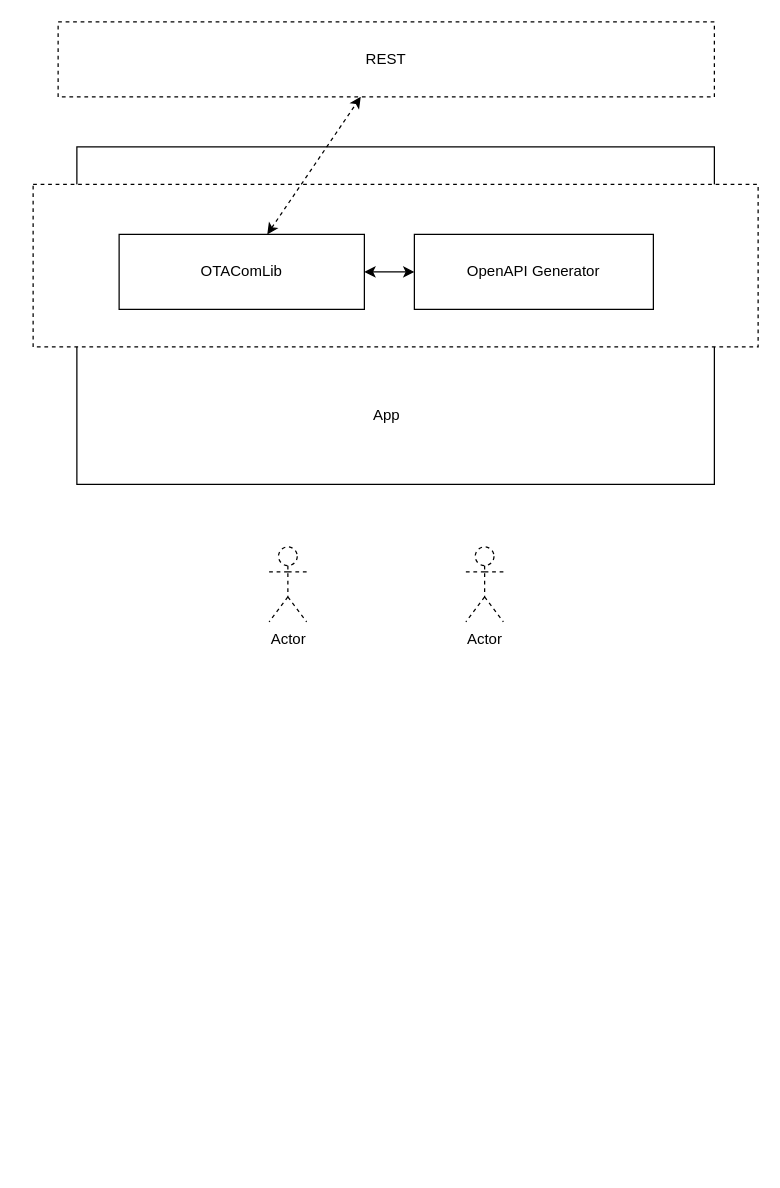
Before: page "Page-4" (3 of 3) of 2.docs/2.diagrams/whiteboard.drawio in GjergjiSh/master-thesis, a draw.io diagram. Source tidied: cells renumbered, new cells numbered last; positions are measured from the earlier drawing's top-left corner, leaving out a move shared by most shapes. Both pictures are drawn from the tidied source at 125%, with x=0, y=0 at pixel (32, 21).
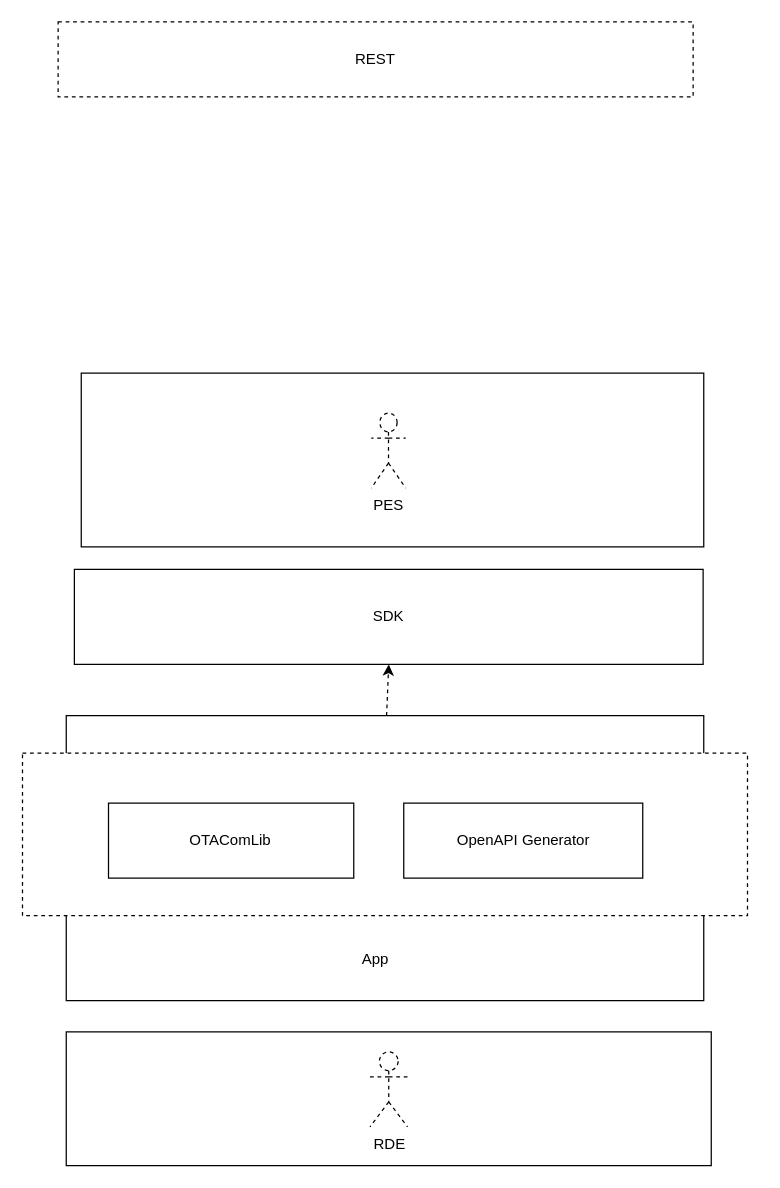
After the change.

The edit, as a diff of the source:
```diff
@@
 <mxGraphModel>
   <root>
     <mxCell id="0" />
     <mxCell id="1" parent="0" />
+    <mxCell id="12" style="edgeStyle=none;html=1;exitX=0.5;exitY=0;exitDx=0;exitDy=0;startArrow=none;startFill=0;dashed=1;entryX=0.5;entryY=1;entryDx=0;entryDy=0;" parent="1" edge="1" source="3" target="13">
+      <mxGeometry relative="1" as="geometry" />
+    </mxCell>
+    <mxCell id="8" value="REST" style="rounded=0;whiteSpace=wrap;html=1;dashed=1;" parent="1" vertex="1">
+      <mxGeometry x="20" width="508" height="60" as="geometry" />
+    </mxCell>
+    <mxCell id="13" value="SDK" style="rounded=0;whiteSpace=wrap;html=1;" parent="1" vertex="1">
+      <mxGeometry x="33" y="438" width="503" height="76" as="geometry" />
+    </mxCell>
+    <mxCell id="14" style="rounded=0;whiteSpace=wrap;html=1;" parent="1" vertex="1">
+      <mxGeometry x="26.5" y="808" width="516" height="107" as="geometry" />
+    </mxCell>
+    <mxCell id="15" value="&lt;span style=&quot;&quot;&gt;RDE&lt;/span&gt;" style="shape=umlActor;verticalLabelPosition=bottom;verticalAlign=top;html=1;dashed=1;" parent="1" vertex="1">
+      <mxGeometry x="269.5" y="824" width="30" height="60" as="geometry" />
+    </mxCell>
+    <mxCell id="16" style="group;" parent="1" vertex="1">
+      <mxGeometry x="38.5" y="281" width="498" height="139" as="geometry" />
+    </mxCell>
+    <mxCell id="17" style="rounded=0;whiteSpace=wrap;html=1;" parent="16" vertex="1">
+      <mxGeometry width="498" height="139" as="geometry" />
+    </mxCell>
+    <mxCell id="9" value="&lt;span style=&quot;&quot;&gt;PES&lt;/span&gt;" style="shape=umlActor;verticalLabelPosition=bottom;verticalAlign=top;html=1;dashed=1;" parent="16" vertex="1">
+      <mxGeometry x="232" y="32" width="27.6" height="60" as="geometry" />
+    </mxCell>
+    <mxCell id="18" style="group;" parent="1" vertex="1">
+      <mxGeometry x="-8.5" y="555" width="580" height="228" as="geometry" />
+    </mxCell>
-    <mxCell id="2" style="rounded=0;whiteSpace=wrap;html=1;" parent="1" vertex="1">
-      <mxGeometry x="35" y="100" width="510" height="270" as="geometry" />
+    <mxCell id="2" style="rounded=0;whiteSpace=wrap;html=1;" parent="18" vertex="1">
+      <mxGeometry x="35" width="510" height="228" as="geometry" />
     </mxCell>
+    <mxCell id="11" value="App" style="text;html=1;strokeColor=none;fillColor=none;align=center;verticalAlign=middle;whiteSpace=wrap;rounded=0;dashed=1;" parent="18" vertex="1">
+      <mxGeometry x="252.5" y="180" width="60" height="30" as="geometry" />
+    </mxCell>
+    <mxCell id="19" style="group;" parent="18" vertex="1">
+      <mxGeometry y="30" width="580" height="130" as="geometry" />
+    </mxCell>
-    <mxCell id="3" style="rounded=0;whiteSpace=wrap;html=1;dashed=1;" parent="1" vertex="1">
-      <mxGeometry y="130" width="580" height="130" as="geometry" />
+    <mxCell id="3" style="rounded=0;whiteSpace=wrap;html=1;dashed=1;" parent="19" vertex="1">
+      <mxGeometry width="580" height="130" as="geometry" />
     </mxCell>
-    <mxCell id="4" value="OpenAPI Generator" style="rounded=0;whiteSpace=wrap;html=1;" parent="1" vertex="1">
-      <mxGeometry x="305" y="170" width="191.2" height="60" as="geometry" />
+    <mxCell id="4" value="OpenAPI Generator" style="rounded=0;whiteSpace=wrap;html=1;" parent="19" vertex="1">
+      <mxGeometry x="305" y="40" width="191.2" height="60" as="geometry" />
     </mxCell>
-    <mxCell id="5" style="edgeStyle=none;html=1;startArrow=classic;startFill=1;dashed=1;" parent="1" edge="1" source="6" target="8">
-      <mxGeometry relative="1" as="geometry" />
-    </mxCell>
-    <mxCell id="6" value="OTAComLib" style="rounded=0;whiteSpace=wrap;html=1;" parent="1" vertex="1">
-      <mxGeometry x="68.8" y="170" width="196.2" height="60" as="geometry" />
+    <mxCell id="6" value="OTAComLib" style="rounded=0;whiteSpace=wrap;html=1;" parent="19" vertex="1">
+      <mxGeometry x="68.8" y="40" width="196.2" height="60" as="geometry" />
     </mxCell>
-    <mxCell id="7" style="edgeStyle=none;html=1;startArrow=classic;startFill=1;" parent="1" edge="1" source="4" target="6">
-      <mxGeometry relative="1" as="geometry" />
-    </mxCell>
-    <mxCell id="8" value="REST" style="rounded=0;whiteSpace=wrap;html=1;dashed=1;" parent="1" vertex="1">
-      <mxGeometry x="20" width="525" height="60" as="geometry" />
-    </mxCell>
-    <mxCell id="9" value="Actor" style="shape=umlActor;verticalLabelPosition=bottom;verticalAlign=top;html=1;dashed=1;" parent="1" vertex="1">
-      <mxGeometry x="188.8" y="420" width="30" height="60" as="geometry" />
-    </mxCell>
-    <mxCell id="10" value="Actor" style="shape=umlActor;verticalLabelPosition=bottom;verticalAlign=top;html=1;dashed=1;" parent="1" vertex="1">
-      <mxGeometry x="346.2" y="420" width="30" height="60" as="geometry" />
-    </mxCell>
-    <mxCell id="11" value="App" style="text;html=1;strokeColor=none;fillColor=none;align=center;verticalAlign=middle;whiteSpace=wrap;rounded=0;dashed=1;" parent="1" vertex="1">
-      <mxGeometry x="252.5" y="300" width="60" height="30" as="geometry" />
-    </mxCell>
   </root>
 </mxGraphModel>
```
